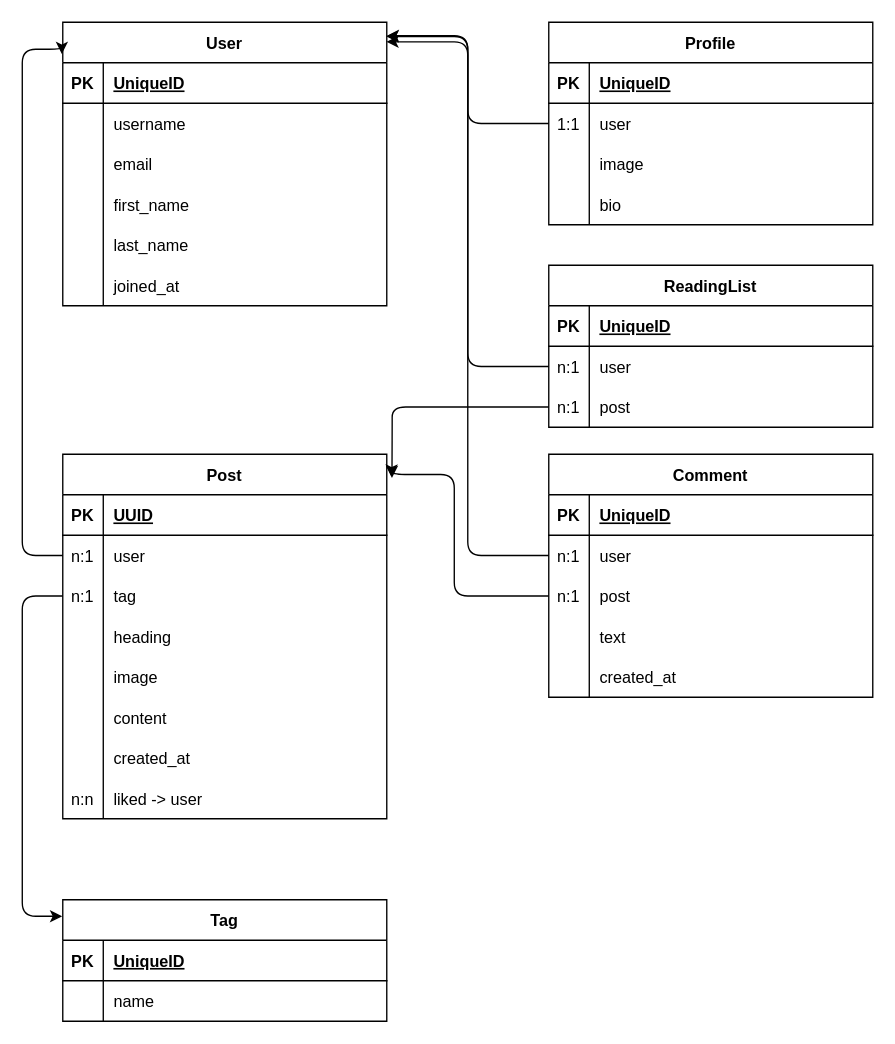
Before: backend/db-structure.drawio in JuliQ89/blog-django-next, a draw.io diagram. Source tidied: cells renumbered, new cells numbered last; positions are measured from the earlier drawing's top-left corner, leaving out a move shared by most shapes. Both pictures are drawn from the tidied source at 135%, with x=0, y=0 at pixel (22, 22).
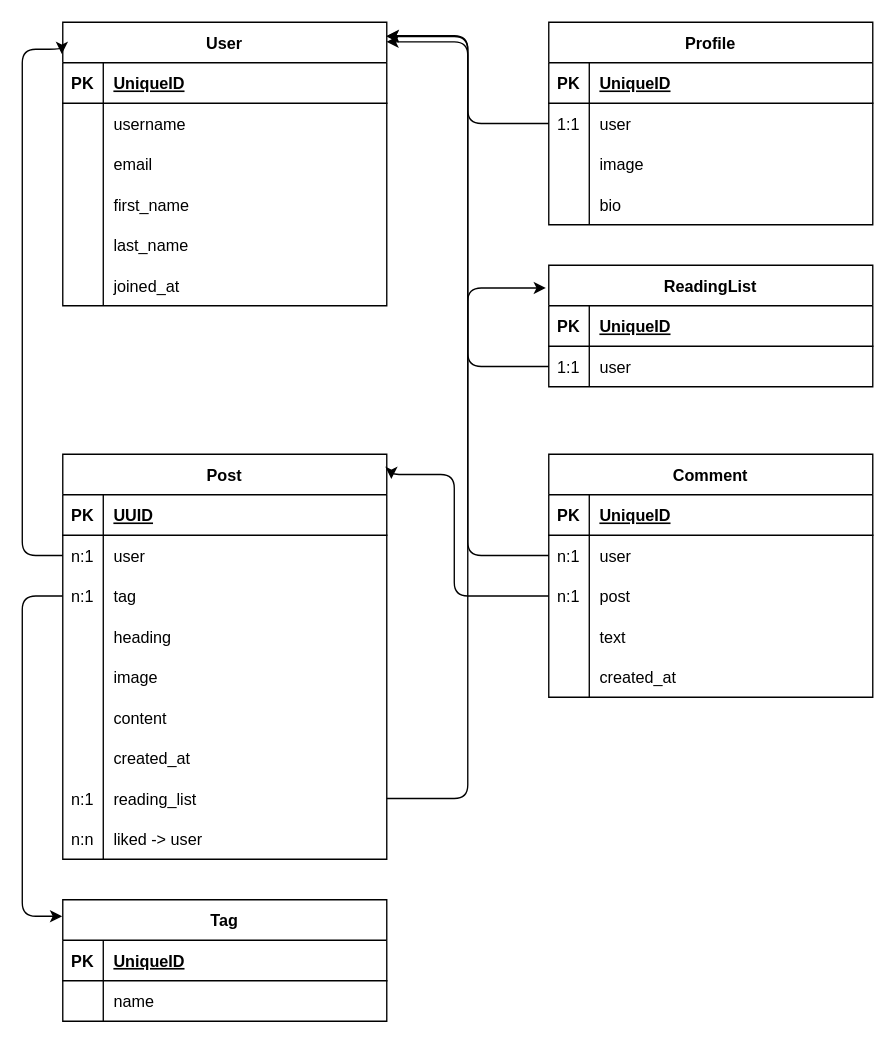
After the change.

The change refers to these unchanged cells:
```xml
<mxCell id="91" style="shape=tableRow;horizontal=0;startSize=0;swimlaneHead=0;swimlaneBody=0;fillColor=none;points=[[0,0.5],[1,0.5]];portConstraint=eastwest;top=0;left=0;right=0;bottom=0;" parent="87" vertex="1">
  <mxGeometry y="60" width="240" height="30" as="geometry" />
</mxCell>
```

What changed in the source:
```diff
@@
     <mxCell id="35" value="Post" style="shape=table;startSize=30;childLayout=tableLayout;rowLines=0;fontStyle=1;align=center;" parent="1" vertex="1">
-      <mxGeometry x="30" y="320" width="240" height="270" as="geometry" />
+      <mxGeometry x="30" y="320" width="240" height="300" as="geometry" />
     </mxCell>
@@
+    <mxCell id="99" style="shape=tableRow;horizontal=0;startSize=0;swimlaneHead=0;swimlaneBody=0;fillColor=none;points=[[0,0.5],[1,0.5]];portConstraint=eastwest;top=0;left=0;right=0;bottom=0;" parent="35" vertex="1">
+      <mxGeometry y="240" width="240" height="30" as="geometry" />
+    </mxCell>
+    <mxCell id="95" value="n:1" style="shape=partialRectangle;fillColor=none;top=0;left=0;bottom=0;right=0;overflow=hidden;" parent="99" vertex="1">
+      <mxGeometry width="30" height="30" as="geometry" />
+    </mxCell>
+    <mxCell id="100" value="reading_list" style="shape=partialRectangle;fillColor=none;top=0;left=0;bottom=0;right=0;align=left;spacingLeft=6;overflow=hidden;" parent="99" vertex="1">
+      <mxGeometry x="30" width="210" height="30" as="geometry" />
+    </mxCell>
     <mxCell id="57" style="shape=tableRow;horizontal=0;startSize=0;swimlaneHead=0;swimlaneBody=0;fillColor=none;top=0;left=0;right=0;bottom=0;" parent="35" vertex="1">
-      <mxGeometry y="240" width="240" height="30" as="geometry" />
+      <mxGeometry y="270" width="240" height="30" as="geometry" />
     </mxCell>
@@
     <mxCell id="87" value="ReadingList" style="shape=table;startSize=30;childLayout=tableLayout;rowLines=0;fontStyle=1;align=center;" parent="1" vertex="1">
-      <mxGeometry x="390" y="180" width="240" height="120" as="geometry" />
+      <mxGeometry x="390" y="180" width="240" height="90" as="geometry" />
     </mxCell>
@@
-    <mxCell id="92" value="n:1" style="shape=partialRectangle;fillColor=none;top=0;left=0;bottom=0;right=0;overflow=hidden;" parent="91" vertex="1">
+    <mxCell id="92" value="1:1" style="shape=partialRectangle;fillColor=none;top=0;left=0;bottom=0;right=0;overflow=hidden;" parent="91" vertex="1">
       <mxGeometry width="30" height="30" as="geometry" />
     </mxCell>
@@
-    <mxCell id="94" style="shape=tableRow;horizontal=0;startSize=0;swimlaneHead=0;swimlaneBody=0;fillColor=none;points=[[0,0.5],[1,0.5]];portConstraint=eastwest;top=0;left=0;right=0;bottom=0;" parent="87" vertex="1">
-      <mxGeometry y="90" width="240" height="30" as="geometry" />
-    </mxCell>
-    <mxCell id="95" value="n:1" style="shape=partialRectangle;fillColor=none;top=0;left=0;bottom=0;right=0;overflow=hidden;" parent="94" vertex="1">
-      <mxGeometry width="30" height="30" as="geometry" />
-    </mxCell>
-    <mxCell id="96" value="post" style="shape=partialRectangle;fillColor=none;top=0;left=0;bottom=0;right=0;align=left;spacingLeft=6;overflow=hidden;" parent="94" vertex="1">
-      <mxGeometry x="30" width="210" height="30" as="geometry" />
-    </mxCell>
@@
-    <mxCell id="98" style="edgeStyle=orthogonalEdgeStyle;html=1;exitX=0;exitY=0.5;exitDx=0;exitDy=0;entryX=1.016;entryY=0.065;entryDx=0;entryDy=0;entryPerimeter=0;" parent="1" edge="1" source="94" target="35">
+    <mxCell id="98" style="edgeStyle=orthogonalEdgeStyle;html=1;exitX=0;exitY=0.5;exitDx=0;exitDy=0;entryX=1.016;entryY=0.065;entryDx=0;entryDy=0;entryPerimeter=0;" parent="1" edge="1" target="35">
       <mxGeometry relative="1" as="geometry">
         <Array as="points">
           <mxPoint x="274" y="285" />
           <mxPoint x="274" y="300" />
           <mxPoint x="274" y="300" />
         </Array>
       </mxGeometry>
     </mxCell>
+    <mxCell id="101" style="edgeStyle=orthogonalEdgeStyle;html=1;exitX=1;exitY=0.5;exitDx=0;exitDy=0;entryX=-0.009;entryY=0.187;entryDx=0;entryDy=0;entryPerimeter=0;" parent="1" edge="1" source="99" target="87">
+      <mxGeometry relative="1" as="geometry">
+        <Array as="points">
+          <mxPoint x="330" y="575" />
+          <mxPoint x="330" y="197" />
+        </Array>
+      </mxGeometry>
+    </mxCell>
```
